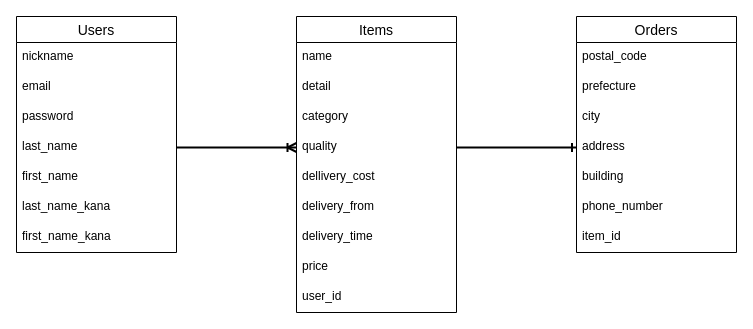
Earlier version of the draw.io diagram ER.dio (Nuigu/furima-39534). Source tidied: cells renumbered, new cells numbered last; positions are measured from the earlier drawing's top-left corner, leaving out a move shared by most shapes. Both pictures are drawn from the tidied source at 100%, with x=0, y=0 at pixel (16, 16).
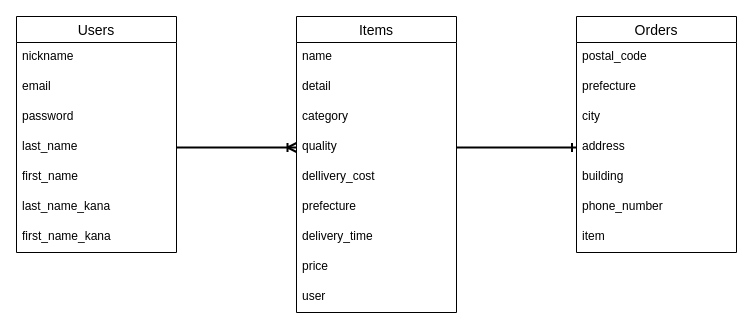
The same page after the edit.

The change refers to these unchanged cells:
```xml
<mxCell id="10" value="Items" style="swimlane;fontStyle=0;horizontal=1;startSize=26;align=center;fontSize=14;" parent="1" vertex="1">
  <mxGeometry x="280" width="160" height="296" as="geometry" />
</mxCell>
<mxCell id="21" value="Orders" style="swimlane;fontStyle=0;horizontal=1;startSize=26;align=center;fontSize=14;" parent="1" vertex="1">
  <mxGeometry x="560" width="160" height="236" as="geometry" />
</mxCell>
```

Diff of the diagram source:
```diff
@@
-    <mxCell id="16" value="delivery_from" style="text;strokeColor=none;fillColor=none;spacingLeft=4;spacingRight=4;overflow=hidden;fontSize=12;" parent="10" vertex="1">
+    <mxCell id="16" value="prefecture" style="text;strokeColor=none;fillColor=none;spacingLeft=4;spacingRight=4;overflow=hidden;fontSize=12;" parent="10" vertex="1">
       <mxGeometry y="176" width="160" height="30" as="geometry" />
     </mxCell>
@@
-    <mxCell id="19" value="user_id" style="text;strokeColor=none;fillColor=none;spacingLeft=4;spacingRight=4;overflow=hidden;fontSize=12;" parent="10" vertex="1">
+    <mxCell id="19" value="user" style="text;strokeColor=none;fillColor=none;spacingLeft=4;spacingRight=4;overflow=hidden;fontSize=12;" parent="10" vertex="1">
       <mxGeometry y="266" width="160" height="30" as="geometry" />
     </mxCell>
@@
-    <mxCell id="28" value="item_id" style="text;strokeColor=none;fillColor=none;spacingLeft=4;spacingRight=4;overflow=hidden;fontSize=12;" parent="21" vertex="1">
+    <mxCell id="28" value="item" style="text;strokeColor=none;fillColor=none;spacingLeft=4;spacingRight=4;overflow=hidden;fontSize=12;" parent="21" vertex="1">
       <mxGeometry y="206" width="160" height="30" as="geometry" />
     </mxCell>
```
